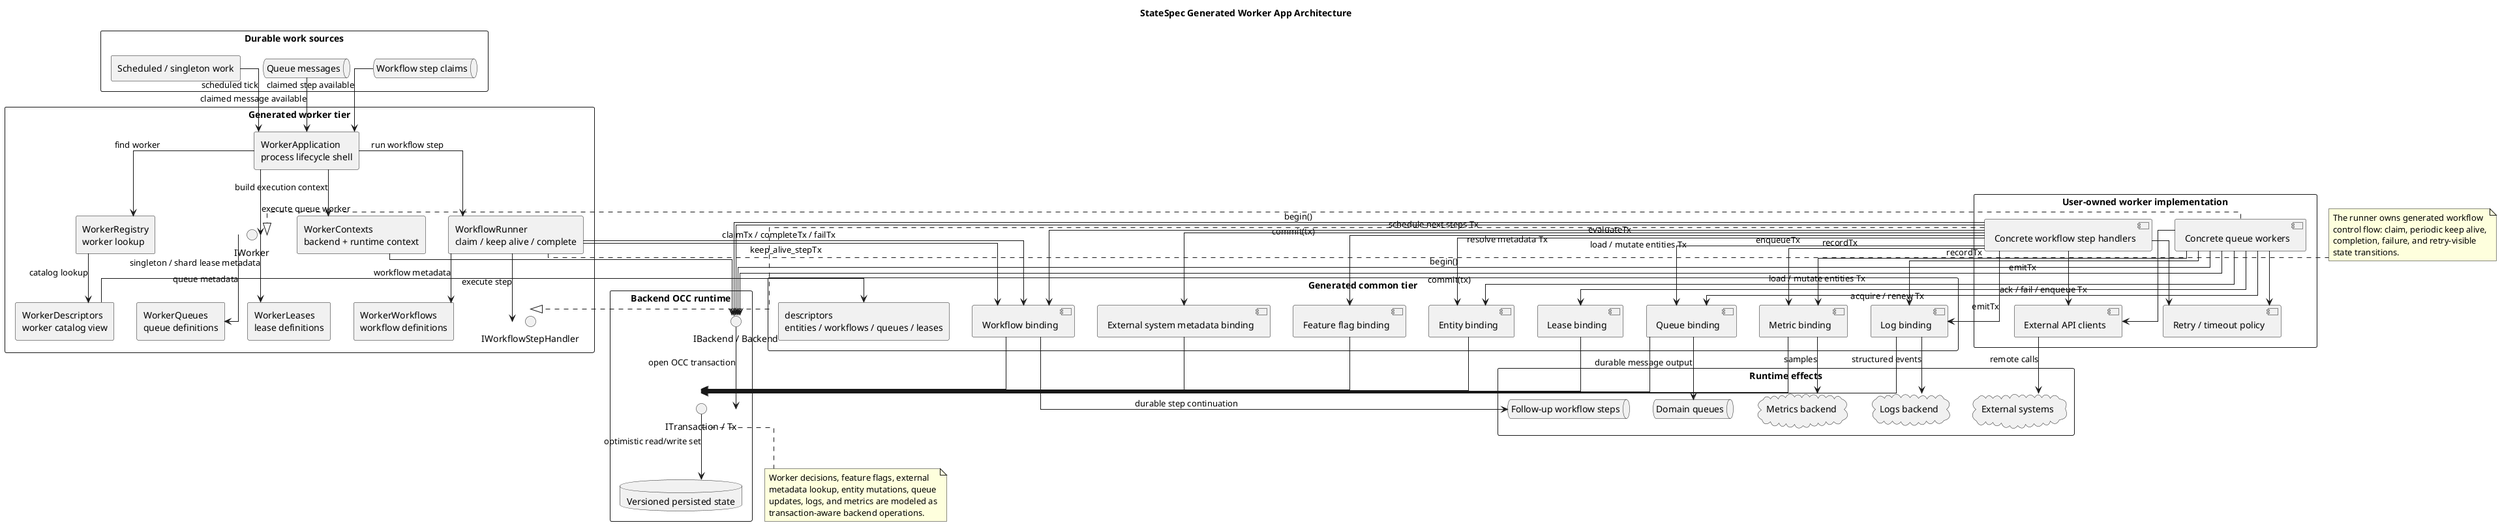
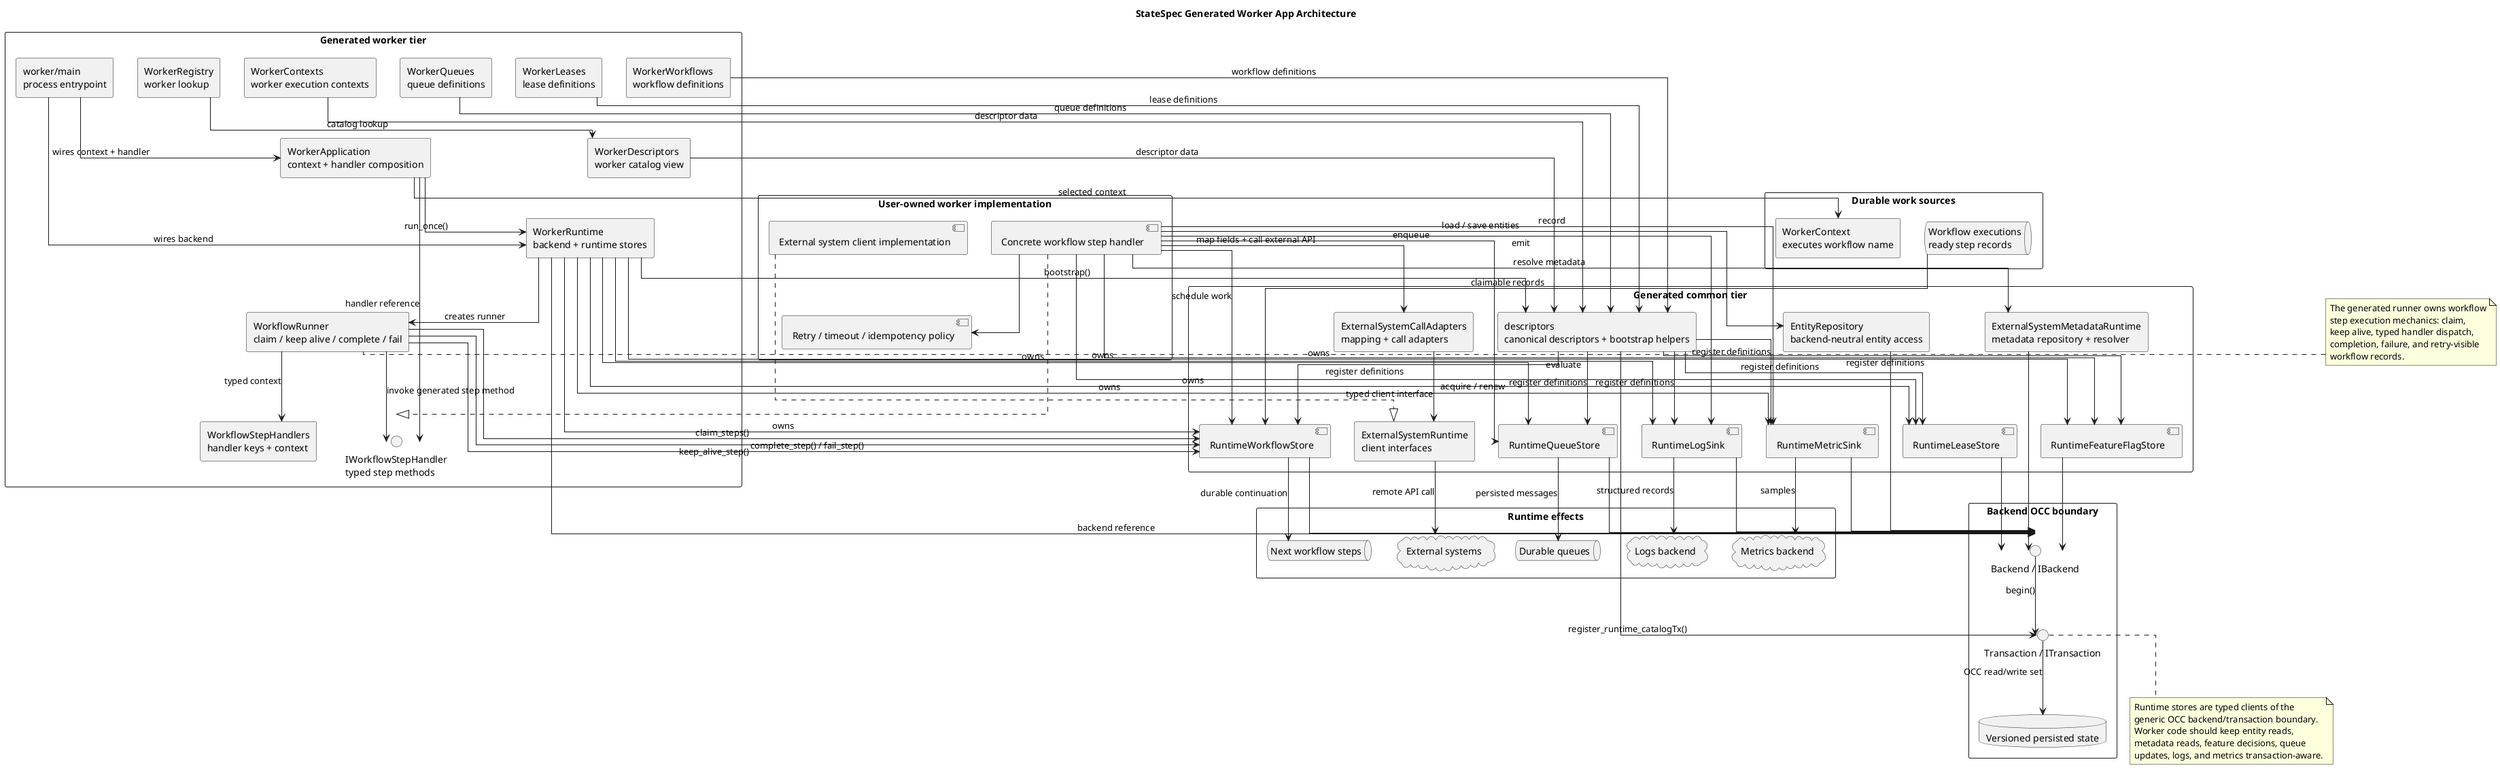
@startuml
title StateSpec Generated Worker App Architecture

skinparam shadowing false
skinparam linetype ortho
skinparam packageStyle rectangle

package "Durable work sources" {
-   queue "Workflow step claims" as WorkflowClaims
-   queue "Queue messages" as QueueMessages
-   rectangle "Scheduled / singleton work" as ScheduledWork
+   queue "Workflow executions\nready step records" as WorkflowExecutions
+   rectangle "WorkerContext\nexecutes workflow name" as WorkerContext
}

package "Generated worker tier" {
-   rectangle "WorkerApplication\nprocess lifecycle shell" as WorkerApplication
+   rectangle "worker/main\nprocess entrypoint" as WorkerMain
+   rectangle "WorkerRuntime\nbackend + runtime stores" as WorkerRuntime
+   rectangle "WorkerApplication\ncontext + handler composition" as WorkerApplication
  rectangle "WorkerRegistry\nworker lookup" as WorkerRegistry
  rectangle "WorkerDescriptors\nworker catalog view" as WorkerDescriptors
-   rectangle "WorkerContexts\nbackend + runtime context" as WorkerContexts
-   rectangle "WorkflowRunner\nclaim / keep alive / complete" as WorkflowRunner
-   interface "IWorkflowStepHandler" as StepHandler
-   interface "IWorker" as WorkerHandler
+   rectangle "WorkerContexts\nworker execution contexts" as WorkerContexts
+   rectangle "WorkflowRunner\nclaim / keep alive / complete / fail" as WorkflowRunner
+   interface "IWorkflowStepHandler\ntyped step methods" as StepHandler
+   rectangle "WorkflowStepHandlers\nhandler keys + context" as StepHandlers
  rectangle "WorkerQueues\nqueue definitions" as WorkerQueues
  rectangle "WorkerLeases\nlease definitions" as WorkerLeases
  rectangle "WorkerWorkflows\nworkflow definitions" as WorkerWorkflows
}

package "Generated common tier" {
-   rectangle "descriptors\nentities / workflows / queues / leases" as CommonDescriptors
-   component "Entity binding" as EntityBinding
-   component "Workflow binding" as WorkflowBinding
-   component "Queue binding" as QueueBinding
-   component "Lease binding" as LeaseBinding
-   component "Feature flag binding" as FeatureFlagBinding
-   component "External system metadata binding" as MetadataBinding
-   component "Log binding" as LogBinding
-   component "Metric binding" as MetricBinding
+   rectangle "descriptors\ncanonical descriptors + bootstrap helpers" as CommonDescriptors
+   rectangle "EntityRepository\nbackend-neutral entity access" as EntityRepository
+   rectangle "ExternalSystemRuntime\nclient interfaces" as ExternalSystemRuntime
+   rectangle "ExternalSystemCallAdapters\nmapping + call adapters" as CallAdapters
+   rectangle "ExternalSystemMetadataRuntime\nmetadata repository + resolver" as MetadataRuntime
+   component "RuntimeFeatureFlagStore" as FeatureFlagStore
+   component "RuntimeQueueStore" as QueueStore
+   component "RuntimeLeaseStore" as LeaseStore
+   component "RuntimeWorkflowStore" as WorkflowStore
+   component "RuntimeLogSink" as LogSink
+   component "RuntimeMetricSink" as MetricSink
}

package "User-owned worker implementation" {
-   component "Concrete workflow step handlers" as ConcreteSteps
-   component "Concrete queue workers" as ConcreteWorkers
-   component "External API clients" as ExternalClients
-   component "Retry / timeout policy" as RetryPolicy
+   component "Concrete workflow step handler" as ConcreteStepHandler
+   component "External system client implementation" as ExternalClientImpl
+   component "Retry / timeout / idempotency policy" as RetryPolicy
}

- package "Backend OCC runtime" {
-   interface "IBackend / Backend" as Backend
-   interface "ITransaction / Tx" as Tx
+ package "Backend OCC boundary" {
+   interface "Backend / IBackend" as Backend
+   interface "Transaction / ITransaction" as Transaction
  database "Versioned persisted state" as Store
}

package "Runtime effects" {
-   queue "Follow-up workflow steps" as FollowUpSteps
-   queue "Domain queues" as DomainQueues
+   queue "Next workflow steps" as NextSteps
+   queue "Durable queues" as DurableQueues
  cloud "External systems" as ExternalSystems
  cloud "Logs backend" as LogsBackend
  cloud "Metrics backend" as MetricsBackend
}

- WorkflowClaims --> WorkerApplication : claimed step available
- QueueMessages --> WorkerApplication : claimed message available
- ScheduledWork --> WorkerApplication : scheduled tick
+ WorkerMain --> WorkerRuntime : wires backend
+ WorkerMain --> WorkerApplication : wires context + handler
+ WorkerRuntime --> CommonDescriptors : bootstrap()
+ WorkerRuntime --> Backend : backend reference
+ WorkerRuntime --> FeatureFlagStore : owns
+ WorkerRuntime --> QueueStore : owns
+ WorkerRuntime --> LeaseStore : owns
+ WorkerRuntime --> WorkflowStore : owns
+ WorkerRuntime --> LogSink : owns
+ WorkerRuntime --> MetricSink : owns

- WorkerApplication --> WorkerRegistry : find worker
+ CommonDescriptors --> Transaction : register_runtime_catalogTx()
+ CommonDescriptors --> FeatureFlagStore : register definitions
+ CommonDescriptors --> QueueStore : register definitions
+ CommonDescriptors --> LeaseStore : register definitions
+ CommonDescriptors --> WorkflowStore : register definitions
+ CommonDescriptors --> LogSink : register definitions
+ CommonDescriptors --> MetricSink : register definitions
+ 
+ WorkerApplication --> WorkerContext : selected context
+ WorkerApplication --> WorkerRuntime : run_once()
+ WorkerApplication --> StepHandler : handler reference
+ 
WorkerRegistry --> WorkerDescriptors : catalog lookup
- WorkerDescriptors --> CommonDescriptors
- WorkerApplication --> WorkerContexts : build execution context
+ WorkerContexts --> CommonDescriptors : descriptor data
+ WorkerDescriptors --> CommonDescriptors : descriptor data
+ WorkerQueues --> CommonDescriptors : queue definitions
+ WorkerLeases --> CommonDescriptors : lease definitions
+ WorkerWorkflows --> CommonDescriptors : workflow definitions

- WorkerApplication --> WorkflowRunner : run workflow step
- WorkflowRunner --> WorkerWorkflows : workflow metadata
- WorkflowRunner --> StepHandler : execute step
- WorkflowRunner --> WorkflowBinding : claimTx / completeTx / failTx
- WorkflowRunner --> WorkflowBinding : keep_alive_stepTx
+ WorkflowExecutions --> WorkflowStore : claimable records
+ WorkerRuntime --> WorkflowRunner : creates runner
+ WorkflowRunner --> WorkflowStore : claim_steps()
+ WorkflowRunner --> WorkflowStore : keep_alive_step()
+ WorkflowRunner --> StepHandlers : typed context
+ WorkflowRunner --> StepHandler : invoke generated step method
+ WorkflowRunner --> WorkflowStore : complete_step() / fail_step()

- WorkerApplication --> WorkerHandler : execute queue worker
- WorkerHandler --> WorkerQueues : queue metadata
- WorkerHandler --> WorkerLeases : singleton / shard lease metadata
+ ConcreteStepHandler ..|> StepHandler
+ ConcreteStepHandler --> RetryPolicy
+ ConcreteStepHandler --> EntityRepository : load / save entities
+ ConcreteStepHandler --> MetadataRuntime : resolve metadata
+ ConcreteStepHandler --> CallAdapters : map fields + call external API
+ ConcreteStepHandler --> FeatureFlagStore : evaluate
+ ConcreteStepHandler --> QueueStore : enqueue
+ ConcreteStepHandler --> LeaseStore : acquire / renew
+ ConcreteStepHandler --> WorkflowStore : schedule work
+ ConcreteStepHandler --> LogSink : emit
+ ConcreteStepHandler --> MetricSink : record

- ConcreteSteps ..|> StepHandler
- ConcreteWorkers ..|> WorkerHandler
- ConcreteSteps --> RetryPolicy
- ConcreteWorkers --> RetryPolicy
- ConcreteSteps --> ExternalClients
- ConcreteWorkers --> ExternalClients
+ ExternalClientImpl ..|> ExternalSystemRuntime
+ CallAdapters --> ExternalSystemRuntime : typed client interface
+ ExternalSystemRuntime --> ExternalSystems : remote API call

- WorkerContexts --> Backend
- ConcreteSteps --> Backend : begin()
- ConcreteWorkers --> Backend : begin()
- Backend --> Tx : open OCC transaction
+ EntityRepository --> Backend
+ MetadataRuntime --> Backend
+ FeatureFlagStore --> Backend
+ QueueStore --> Backend
+ LeaseStore --> Backend
+ WorkflowStore --> Backend
+ LogSink --> Backend
+ MetricSink --> Backend

- ConcreteSteps --> EntityBinding : load / mutate entities Tx
- ConcreteSteps --> FeatureFlagBinding : evaluateTx
- ConcreteSteps --> MetadataBinding : resolve metadata Tx
- ConcreteSteps --> WorkflowBinding : schedule next steps Tx
- ConcreteSteps --> QueueBinding : enqueueTx
- ConcreteSteps --> LogBinding : emitTx
- ConcreteSteps --> MetricBinding : recordTx
- 
- ConcreteWorkers --> EntityBinding : load / mutate entities Tx
- ConcreteWorkers --> QueueBinding : ack / fail / enqueue Tx
- ConcreteWorkers --> LeaseBinding : acquire / renew Tx
- ConcreteWorkers --> LogBinding : emitTx
- ConcreteWorkers --> MetricBinding : recordTx
- 
- EntityBinding --> Tx
- WorkflowBinding --> Tx
- QueueBinding --> Tx
- LeaseBinding --> Tx
- FeatureFlagBinding --> Tx
- MetadataBinding --> Tx
- LogBinding --> Tx
- MetricBinding --> Tx
- 
- ConcreteSteps --> Backend : commit(tx)
- ConcreteWorkers --> Backend : commit(tx)
- Tx --> Store : optimistic read/write set
- 
- WorkflowBinding --> FollowUpSteps : durable step continuation
- QueueBinding --> DomainQueues : durable message output
- ExternalClients --> ExternalSystems : remote calls
- LogBinding --> LogsBackend : structured events
- MetricBinding --> MetricsBackend : samples
+ Backend --> Transaction : begin()
+ Transaction --> Store : OCC read/write set
+ WorkflowStore --> NextSteps : durable continuation
+ QueueStore --> DurableQueues : persisted messages
+ LogSink --> LogsBackend : structured records
+ MetricSink --> MetricsBackend : samples

note right of WorkflowRunner
- The runner owns generated workflow
- control flow: claim, periodic keep alive,
+ The generated runner owns workflow
+ step execution mechanics: claim,
+ keep alive, typed handler dispatch,
completion, failure, and retry-visible
- state transitions.
+ workflow records.
end note

- note bottom of Tx
- Worker decisions, feature flags, external
- metadata lookup, entity mutations, queue
- updates, logs, and metrics are modeled as
- transaction-aware backend operations.
+ note bottom of Transaction
+ Runtime stores are typed clients of the
+ generic OCC backend/transaction boundary.
+ Worker code should keep entity reads,
+ metadata reads, feature decisions, queue
+ updates, logs, and metrics transaction-aware.
end note

@enduml
